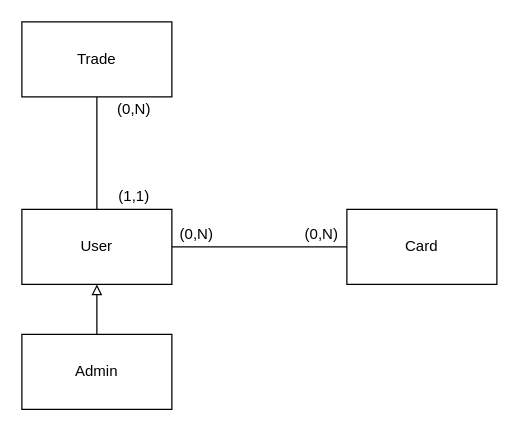
Earlier version of the draw.io diagram page "UML Analysis Cases" (2 of 3) of Documentation/ProjectUML.drawio (Plaza99/FantaManager). Source tidied: cells renumbered, new cells numbered last; positions are measured from the earlier drawing's top-left corner, leaving out a move shared by most shapes. Both pictures are drawn from the tidied source at 125%, with x=0, y=0 at pixel (21, 21).
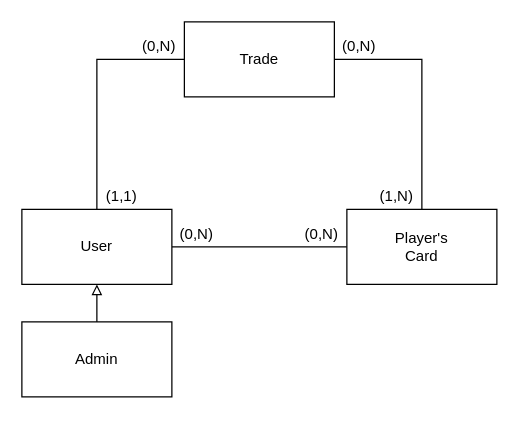
The same diagram, later.

Diff of the diagram source:
```diff
@@
 <mxGraphModel>
   <root>
     <mxCell id="0" />
     <mxCell id="1" parent="0" />
     <mxCell id="2" style="edgeStyle=orthogonalEdgeStyle;rounded=0;jettySize=auto;html=1;entryX=0;entryY=0.5;entryDx=0;entryDy=0;startArrow=none;startFill=0;endArrow=none;endFill=0;" parent="1" edge="1" source="4" target="7">
       <mxGeometry relative="1" as="geometry" />
     </mxCell>
-    <mxCell id="3" style="edgeStyle=orthogonalEdgeStyle;rounded=0;jettySize=auto;html=1;entryX=0.5;entryY=1;entryDx=0;entryDy=0;startArrow=none;startFill=0;endArrow=none;endFill=0;" parent="1" edge="1" source="4" target="10">
+    <mxCell id="3" style="edgeStyle=orthogonalEdgeStyle;rounded=0;jettySize=auto;html=1;entryX=0;entryY=0.5;entryDx=0;entryDy=0;startArrow=none;startFill=0;endArrow=none;endFill=0;exitX=0.5;exitY=0;exitDx=0;exitDy=0;" parent="1" edge="1" source="4" target="10">
       <mxGeometry relative="1" as="geometry" />
     </mxCell>
     <mxCell id="4" value="User" style="rounded=0;whiteSpace=wrap;html=1;" parent="1" vertex="1">
       <mxGeometry y="150" width="120" height="60" as="geometry" />
     </mxCell>
     <mxCell id="5" style="edgeStyle=orthogonalEdgeStyle;rounded=0;jettySize=auto;html=1;entryX=0.5;entryY=1;entryDx=0;entryDy=0;startArrow=none;startFill=0;endArrow=block;endFill=0;" parent="1" edge="1" source="6" target="4">
       <mxGeometry relative="1" as="geometry" />
     </mxCell>
     <mxCell id="6" value="Admin" style="rounded=0;whiteSpace=wrap;html=1;" parent="1" vertex="1">
-      <mxGeometry y="250" width="120" height="60" as="geometry" />
+      <mxGeometry y="240" width="120" height="60" as="geometry" />
     </mxCell>
-    <mxCell id="7" value="Card" style="rounded=0;whiteSpace=wrap;html=1;" parent="1" vertex="1">
+    <mxCell id="7" value="Player's &lt;br&gt;Card" style="rounded=0;whiteSpace=wrap;html=1;" parent="1" vertex="1">
       <mxGeometry x="260" y="150" width="120" height="60" as="geometry" />
     </mxCell>
     <mxCell id="8" value="(0,N)" style="text;html=1;strokeColor=none;fillColor=none;align=center;verticalAlign=middle;whiteSpace=wrap;rounded=0;" parent="1" vertex="1">
       <mxGeometry x="220" y="160" width="40" height="20" as="geometry" />
     </mxCell>
     <mxCell id="9" value="(0,N)" style="text;html=1;strokeColor=none;fillColor=none;align=center;verticalAlign=middle;whiteSpace=wrap;rounded=0;" parent="1" vertex="1">
       <mxGeometry x="120" y="160" width="40" height="20" as="geometry" />
     </mxCell>
+    <mxCell id="13" style="edgeStyle=orthogonalEdgeStyle;rounded=0;jettySize=auto;html=1;exitX=1;exitY=0.5;exitDx=0;exitDy=0;entryX=0.5;entryY=0;entryDx=0;entryDy=0;endArrow=none;endFill=0;" parent="1" edge="1" source="10" target="7">
+      <mxGeometry relative="1" as="geometry" />
+    </mxCell>
     <mxCell id="10" value="Trade" style="rounded=0;whiteSpace=wrap;html=1;" parent="1" vertex="1">
-      <mxGeometry width="120" height="60" as="geometry" />
+      <mxGeometry x="130" width="120" height="60" as="geometry" />
     </mxCell>
     <mxCell id="11" value="(1,1)" style="text;html=1;strokeColor=none;fillColor=none;align=center;verticalAlign=middle;whiteSpace=wrap;rounded=0;" parent="1" vertex="1">
-      <mxGeometry x="70" y="130" width="40" height="20" as="geometry" />
+      <mxGeometry x="60" y="130" width="40" height="20" as="geometry" />
     </mxCell>
     <mxCell id="12" value="(0,N)" style="text;html=1;strokeColor=none;fillColor=none;align=center;verticalAlign=middle;whiteSpace=wrap;rounded=0;" parent="1" vertex="1">
-      <mxGeometry x="70" y="60" width="40" height="20" as="geometry" />
+      <mxGeometry x="250" y="10" width="40" height="20" as="geometry" />
     </mxCell>
+    <mxCell id="14" value="(1,N)" style="text;html=1;strokeColor=none;fillColor=none;align=center;verticalAlign=middle;whiteSpace=wrap;rounded=0;" parent="1" vertex="1">
+      <mxGeometry x="280" y="130" width="40" height="20" as="geometry" />
+    </mxCell>
+    <mxCell id="15" value="(0,N)" style="text;html=1;strokeColor=none;fillColor=none;align=center;verticalAlign=middle;whiteSpace=wrap;rounded=0;" parent="1" vertex="1">
+      <mxGeometry x="90" y="10" width="40" height="20" as="geometry" />
+    </mxCell>
   </root>
 </mxGraphModel>
```
